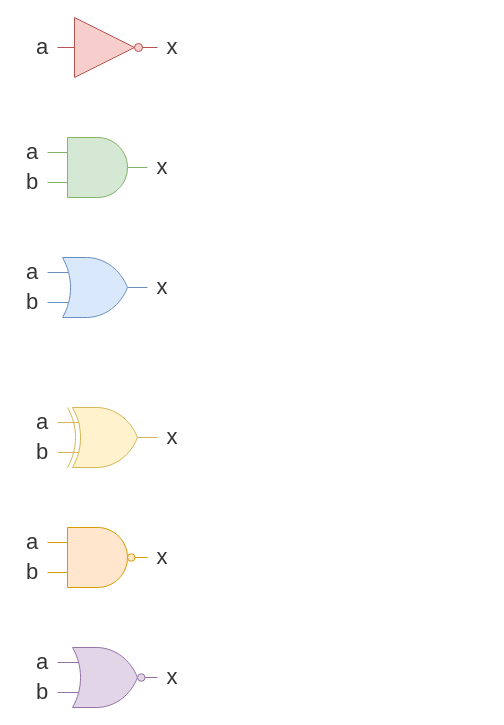
Before: pictures/logic-gates.drawio in vtchitruong/vtchitruong.github.io, a draw.io diagram. Source tidied: cells renumbered, new cells numbered last; positions are measured from the earlier drawing's top-left corner, leaving out a move shared by most shapes. Both pictures are drawn from the tidied source at 100%, with x=0, y=0 at pixel (17, 17).
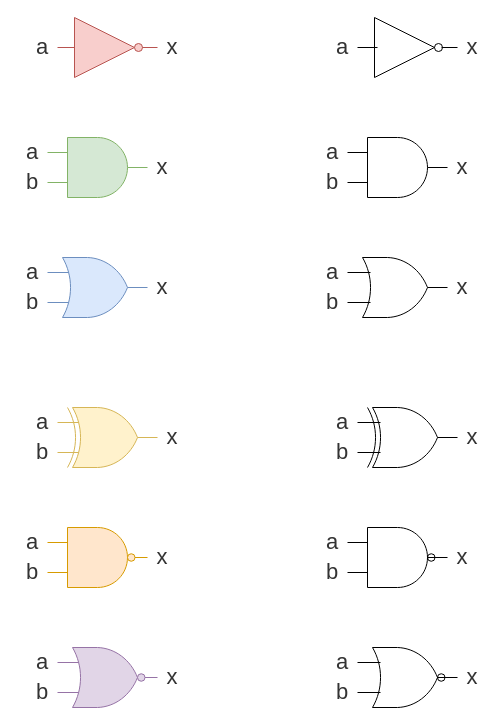
The same diagram, later.

Change to the diagram source:
```diff
@@
+    <mxCell id="26" style="group;fillColor=none;" parent="1" vertex="1">
+      <mxGeometry x="310" width="160" height="60" as="geometry" />
+    </mxCell>
+    <mxCell id="27" style="verticalLabelPosition=bottom;shadow=0;dashed=0;align=center;html=1;verticalAlign=top;shape=mxgraph.electrical.logic_gates.inverter_2;fillColor=none;strokeColor=#000000;" parent="26" vertex="1">
+      <mxGeometry x="30" width="100" height="60" as="geometry" />
+    </mxCell>
+    <mxCell id="28" value="a" style="text;html=1;strokeColor=none;fillColor=none;align=center;verticalAlign=middle;whiteSpace=wrap;rounded=0;fontFamily=Segoe UI Variable Display;fontSize=22;fontColor=#333333;" parent="26" vertex="1">
+      <mxGeometry y="15" width="30" height="30" as="geometry" />
+    </mxCell>
+    <mxCell id="29" value="x" style="text;html=1;strokeColor=none;fillColor=none;align=center;verticalAlign=middle;whiteSpace=wrap;rounded=0;fontFamily=Segoe UI Variable Display;fontSize=22;fontColor=#333333;" parent="26" vertex="1">
+      <mxGeometry x="130" y="15" width="30" height="30" as="geometry" />
+    </mxCell>
+    <mxCell id="30" style="verticalLabelPosition=bottom;shadow=0;dashed=0;align=center;html=1;verticalAlign=top;shape=mxgraph.electrical.logic_gates.logic_gate;operation=and;fontFamily=Segoe UI Variable Display;fontSize=22;fillColor=none;strokeColor=#000000;" parent="1" vertex="1">
+      <mxGeometry x="330" y="120" width="100" height="60" as="geometry" />
+    </mxCell>
+    <mxCell id="31" value="a" style="text;html=1;strokeColor=none;fillColor=none;align=center;verticalAlign=middle;whiteSpace=wrap;rounded=0;fontFamily=Segoe UI Variable Display;fontSize=22;fontColor=#333333;" parent="1" vertex="1">
+      <mxGeometry x="300" y="120" width="30" height="30" as="geometry" />
+    </mxCell>
+    <mxCell id="32" value="x" style="text;html=1;strokeColor=none;fillColor=none;align=center;verticalAlign=middle;whiteSpace=wrap;rounded=0;fontFamily=Segoe UI Variable Display;fontSize=22;fontColor=#333333;" parent="1" vertex="1">
+      <mxGeometry x="430" y="135" width="30" height="30" as="geometry" />
+    </mxCell>
+    <mxCell id="33" value="b" style="text;html=1;strokeColor=none;fillColor=none;align=center;verticalAlign=middle;whiteSpace=wrap;rounded=0;fontFamily=Segoe UI Variable Display;fontSize=22;fontColor=#333333;" parent="1" vertex="1">
+      <mxGeometry x="300" y="150" width="30" height="30" as="geometry" />
+    </mxCell>
+    <mxCell id="34" style="verticalLabelPosition=bottom;shadow=0;dashed=0;align=center;html=1;verticalAlign=top;shape=mxgraph.electrical.logic_gates.logic_gate;operation=or;fontFamily=Segoe UI Variable Display;fontSize=22;fillColor=none;strokeColor=#000000;" parent="1" vertex="1">
+      <mxGeometry x="330" y="240" width="100" height="60" as="geometry" />
+    </mxCell>
+    <mxCell id="35" value="a" style="text;html=1;strokeColor=none;fillColor=none;align=center;verticalAlign=middle;whiteSpace=wrap;rounded=0;fontFamily=Segoe UI Variable Display;fontSize=22;fontColor=#333333;" parent="1" vertex="1">
+      <mxGeometry x="300" y="240" width="30" height="30" as="geometry" />
+    </mxCell>
+    <mxCell id="36" value="x" style="text;html=1;strokeColor=none;fillColor=none;align=center;verticalAlign=middle;whiteSpace=wrap;rounded=0;fontFamily=Segoe UI Variable Display;fontSize=22;fontColor=#333333;" parent="1" vertex="1">
+      <mxGeometry x="430" y="255" width="30" height="30" as="geometry" />
+    </mxCell>
+    <mxCell id="37" value="b" style="text;html=1;strokeColor=none;fillColor=none;align=center;verticalAlign=middle;whiteSpace=wrap;rounded=0;fontFamily=Segoe UI Variable Display;fontSize=22;fontColor=#333333;" parent="1" vertex="1">
+      <mxGeometry x="300" y="270" width="30" height="30" as="geometry" />
+    </mxCell>
+    <mxCell id="38" style="verticalLabelPosition=bottom;shadow=0;dashed=0;align=center;html=1;verticalAlign=top;shape=mxgraph.electrical.logic_gates.logic_gate;operation=xor;fontFamily=Segoe UI Variable Display;fontSize=22;fillColor=none;strokeColor=#000000;" parent="1" vertex="1">
+      <mxGeometry x="340" y="390" width="100" height="60" as="geometry" />
+    </mxCell>
+    <mxCell id="39" value="a" style="text;html=1;strokeColor=none;fillColor=none;align=center;verticalAlign=middle;whiteSpace=wrap;rounded=0;fontFamily=Segoe UI Variable Display;fontSize=22;fontColor=#333333;" parent="1" vertex="1">
+      <mxGeometry x="310" y="390" width="30" height="30" as="geometry" />
+    </mxCell>
+    <mxCell id="40" value="x" style="text;html=1;strokeColor=none;fillColor=none;align=center;verticalAlign=middle;whiteSpace=wrap;rounded=0;fontFamily=Segoe UI Variable Display;fontSize=22;fontColor=#333333;" parent="1" vertex="1">
+      <mxGeometry x="440" y="405" width="30" height="30" as="geometry" />
+    </mxCell>
+    <mxCell id="41" value="b" style="text;html=1;strokeColor=none;fillColor=none;align=center;verticalAlign=middle;whiteSpace=wrap;rounded=0;fontFamily=Segoe UI Variable Display;fontSize=22;fontColor=#333333;" parent="1" vertex="1">
+      <mxGeometry x="310" y="420" width="30" height="30" as="geometry" />
+    </mxCell>
+    <mxCell id="42" style="verticalLabelPosition=bottom;shadow=0;dashed=0;align=center;html=1;verticalAlign=top;shape=mxgraph.electrical.logic_gates.logic_gate;operation=and;negating=1;negSize=0.15;fontFamily=Segoe UI Variable Display;fontSize=22;fillColor=none;strokeColor=#000000;" parent="1" vertex="1">
+      <mxGeometry x="330" y="510" width="100" height="60" as="geometry" />
+    </mxCell>
+    <mxCell id="43" value="a" style="text;html=1;strokeColor=none;fillColor=none;align=center;verticalAlign=middle;whiteSpace=wrap;rounded=0;fontFamily=Segoe UI Variable Display;fontSize=22;fontColor=#333333;" parent="1" vertex="1">
+      <mxGeometry x="300" y="510" width="30" height="30" as="geometry" />
+    </mxCell>
+    <mxCell id="44" value="x" style="text;html=1;strokeColor=none;fillColor=none;align=center;verticalAlign=middle;whiteSpace=wrap;rounded=0;fontFamily=Segoe UI Variable Display;fontSize=22;fontColor=#333333;" parent="1" vertex="1">
+      <mxGeometry x="430" y="525" width="30" height="30" as="geometry" />
+    </mxCell>
+    <mxCell id="45" value="b" style="text;html=1;strokeColor=none;fillColor=none;align=center;verticalAlign=middle;whiteSpace=wrap;rounded=0;fontFamily=Segoe UI Variable Display;fontSize=22;fontColor=#333333;" parent="1" vertex="1">
+      <mxGeometry x="300" y="540" width="30" height="30" as="geometry" />
+    </mxCell>
+    <mxCell id="46" style="verticalLabelPosition=bottom;shadow=0;dashed=0;align=center;html=1;verticalAlign=top;shape=mxgraph.electrical.logic_gates.logic_gate;operation=or;negating=1;negSize=0.15;fontFamily=Segoe UI Variable Display;fontSize=22;fillColor=none;strokeColor=#000000;" parent="1" vertex="1">
+      <mxGeometry x="340" y="630" width="100" height="60" as="geometry" />
+    </mxCell>
+    <mxCell id="47" value="a" style="text;html=1;strokeColor=none;fillColor=none;align=center;verticalAlign=middle;whiteSpace=wrap;rounded=0;fontFamily=Segoe UI Variable Display;fontSize=22;fontColor=#333333;" parent="1" vertex="1">
+      <mxGeometry x="310" y="630" width="30" height="30" as="geometry" />
+    </mxCell>
+    <mxCell id="48" value="x" style="text;html=1;strokeColor=none;fillColor=none;align=center;verticalAlign=middle;whiteSpace=wrap;rounded=0;fontFamily=Segoe UI Variable Display;fontSize=22;fontColor=#333333;" parent="1" vertex="1">
+      <mxGeometry x="440" y="645" width="30" height="30" as="geometry" />
+    </mxCell>
+    <mxCell id="49" value="b" style="text;html=1;strokeColor=none;fillColor=none;align=center;verticalAlign=middle;whiteSpace=wrap;rounded=0;fontFamily=Segoe UI Variable Display;fontSize=22;fontColor=#333333;" parent="1" vertex="1">
+      <mxGeometry x="310" y="660" width="30" height="30" as="geometry" />
+    </mxCell>
```
